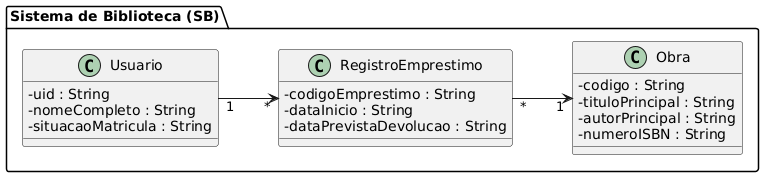
Earlier version of the PlantUML export integrador-redis2/modelo_odm_mongodb.png (marceloakira/tutorials). Its diagram source:
```plantuml
@startuml
skinparam classAttributeIconSize 0
left to right direction

package "Sistema de Biblioteca (SB)" {

class Usuario {
    - uid : String
    - nomeCompleto : String
    - situacaoMatricula : String
}

class RegistroEmprestimo {
    - codigoEmprestimo : String
    - dataInicio : String
    - dataPrevistaDevolucao : String
}

class Obra {
    - codigo : String
    - tituloPrincipal : String
    - autorPrincipal : String
    - numeroISBN : String
}

Usuario "1" --> "*" RegistroEmprestimo
RegistroEmprestimo "*" --> "1" Obra

}
@enduml
```
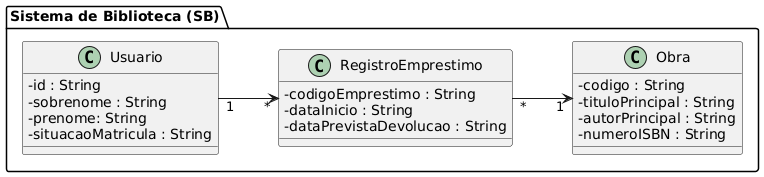
After the change.

Commit message:
[update] nomeCompleto e uid

Diff of the diagram source:
```diff
@@ -5,8 +5,9 @@
 package "Sistema de Biblioteca (SB)" {
 
 class Usuario {
-    - uid : String
-    - nomeCompleto : String
+    - id : String
+    - sobrenome : String
+    - prenome: String
     - situacaoMatricula : String
 }
 
```
